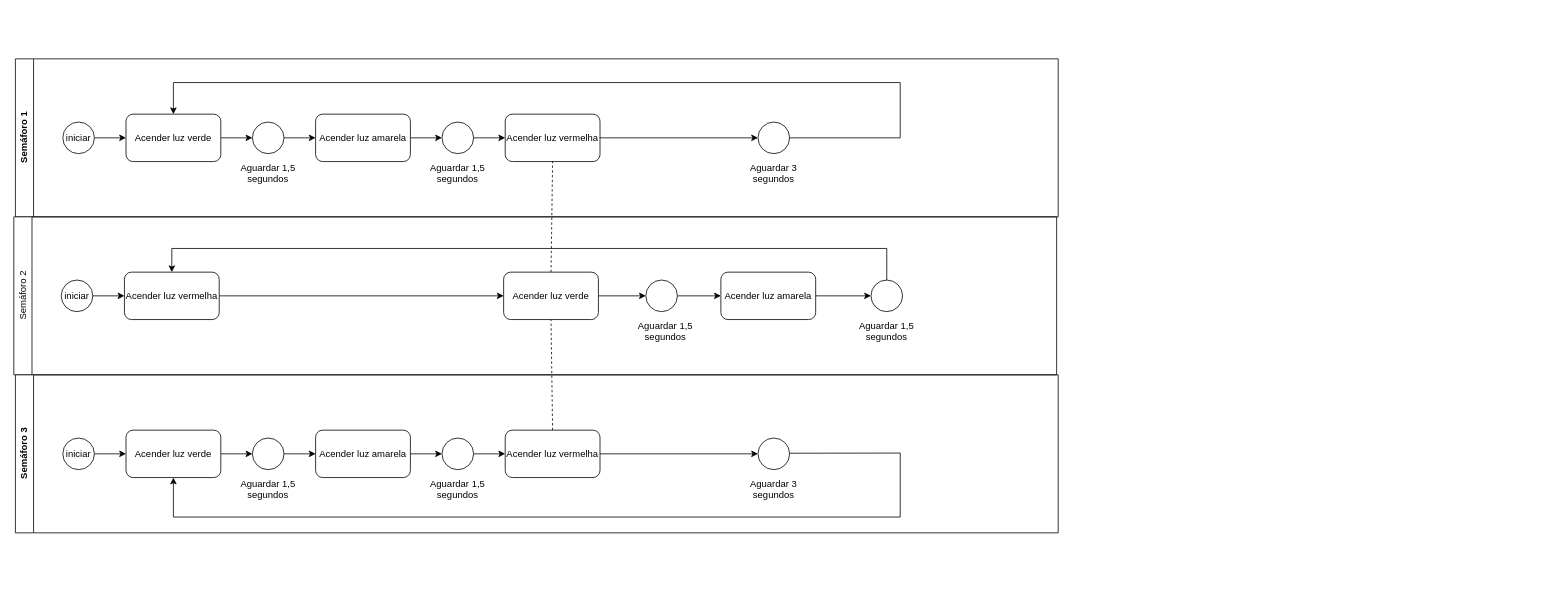
Earlier version of the draw.io diagram semaforo.drawio (pauloaug07/HephaestusV). Source tidied: cells renumbered, new cells numbered last; positions are measured from the earlier drawing's top-left corner, leaving out a move shared by most shapes. Both pictures are drawn from the tidied source at 79%, with x=0, y=0 at pixel (13, 58).
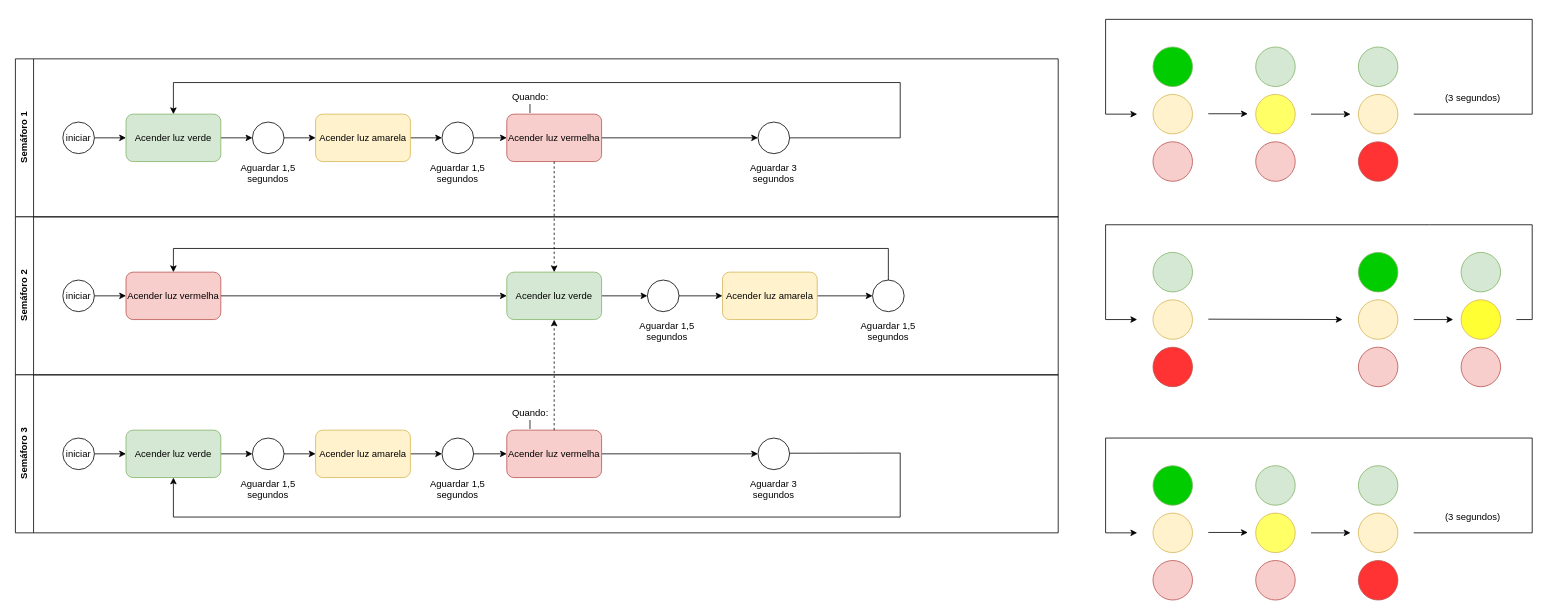
Above is the later version.

The change refers to these unchanged cells:
```xml
<mxCell id="2" value="Semáforo 1" style="swimlane;horizontal=0;whiteSpace=wrap;html=1;" parent="1" vertex="1">
  <mxGeometry x="2" width="1320" height="200" as="geometry" />
</mxCell>
<mxCell id="37" value="Semáforo 3" style="swimlane;horizontal=0;whiteSpace=wrap;html=1;" parent="1" vertex="1">
  <mxGeometry x="2" y="400" width="1320" height="200" as="geometry" />
</mxCell>
```

The edit, as a diff of the source:
```diff
@@
-    <mxCell id="6" value="Acender luz verde" style="rounded=1;whiteSpace=wrap;html=1;" parent="2" vertex="1">
+    <mxCell id="6" value="Acender luz verde" style="rounded=1;whiteSpace=wrap;html=1;fillColor=#d5e8d4;strokeColor=#82b366;" parent="2" vertex="1">
       <mxGeometry x="140" y="70" width="120" height="60" as="geometry" />
     </mxCell>
@@
-    <mxCell id="11" value="Acender luz amarela" style="rounded=1;whiteSpace=wrap;html=1;" parent="2" vertex="1">
+    <mxCell id="11" value="Acender luz amarela" style="rounded=1;whiteSpace=wrap;html=1;fillColor=#fff2cc;strokeColor=#d6b656;" parent="2" vertex="1">
       <mxGeometry x="380" y="70" width="120" height="60" as="geometry" />
     </mxCell>
@@
-    <mxCell id="16" value="Acender luz vermelha" style="rounded=1;whiteSpace=wrap;html=1;" parent="2" vertex="1">
-      <mxGeometry x="620" y="70" width="120" height="60" as="geometry" />
+    <mxCell id="16" value="Acender luz vermelha" style="rounded=1;whiteSpace=wrap;html=1;fillColor=#f8cecc;strokeColor=#b85450;" parent="2" vertex="1">
+      <mxGeometry x="622" y="70" width="120" height="60" as="geometry" />
     </mxCell>
@@
-    <mxCell id="20" style="endArrow=none;dashed=1;html=1;rounded=0;exitX=0.5;exitY=0;exitDx=0;exitDy=0;" parent="2" edge="1" source="27">
-      <mxGeometry relative="1" as="geometry">
-        <mxPoint x="680" y="130" as="targetPoint" />
-      </mxGeometry>
-    </mxCell>
+    <mxCell id="55" value="Quando:&lt;br&gt;|" style="text;html=1;strokeColor=none;fillColor=none;align=center;verticalAlign=middle;whiteSpace=wrap;rounded=0;" parent="2" vertex="1">
+      <mxGeometry x="622" y="40" width="60" height="30" as="geometry" />
+    </mxCell>
-    <mxCell id="21" value="Semáforo 2" style="swimlane;horizontal=0;whiteSpace=wrap;html=1;fontStyle=0;" parent="1" vertex="1">
-      <mxGeometry y="200" width="1320" height="200" as="geometry" />
+    <mxCell id="21" value="&lt;b&gt;Semáforo 2&lt;/b&gt;" style="swimlane;horizontal=0;whiteSpace=wrap;html=1;fontStyle=0;startSize=23;" parent="1" vertex="1">
+      <mxGeometry x="2" y="200" width="1320" height="200" as="geometry" />
     </mxCell>
@@
-    <mxCell id="24" value="Acender luz vermelha" style="rounded=1;whiteSpace=wrap;html=1;" parent="21" vertex="1">
+    <mxCell id="24" value="Acender luz vermelha" style="rounded=1;whiteSpace=wrap;html=1;fillColor=#f8cecc;strokeColor=#b85450;" parent="21" vertex="1">
       <mxGeometry x="140" y="70" width="120" height="60" as="geometry" />
     </mxCell>
@@
-    <mxCell id="27" value="Acender luz verde" style="whiteSpace=wrap;html=1;rounded=1;" parent="21" vertex="1">
-      <mxGeometry x="620" y="70" width="120" height="60" as="geometry" />
+    <mxCell id="27" value="Acender luz verde" style="whiteSpace=wrap;html=1;rounded=1;fillColor=#d5e8d4;strokeColor=#82b366;" parent="21" vertex="1">
+      <mxGeometry x="622" y="70" width="120" height="60" as="geometry" />
     </mxCell>
@@
-    <mxCell id="32" value="Acender luz amarela" style="rounded=1;whiteSpace=wrap;html=1;" parent="21" vertex="1">
+    <mxCell id="32" value="Acender luz amarela" style="rounded=1;whiteSpace=wrap;html=1;fillColor=#fff2cc;strokeColor=#d6b656;" parent="21" vertex="1">
       <mxGeometry x="895" y="70" width="120" height="60" as="geometry" />
     </mxCell>
@@
-    <mxCell id="35" style="endArrow=none;dashed=1;html=1;rounded=0;exitX=0.5;exitY=0;exitDx=0;exitDy=0;" parent="21" edge="1" source="51">
-      <mxGeometry relative="1" as="geometry">
-        <mxPoint x="680" y="130" as="targetPoint" />
-      </mxGeometry>
-    </mxCell>
@@
-    <mxCell id="41" value="Acender luz verde" style="rounded=1;whiteSpace=wrap;html=1;" parent="37" vertex="1">
+    <mxCell id="41" value="Acender luz verde" style="rounded=1;whiteSpace=wrap;html=1;fillColor=#d5e8d4;strokeColor=#82b366;" parent="37" vertex="1">
       <mxGeometry x="140" y="70" width="120" height="60" as="geometry" />
     </mxCell>
@@
-    <mxCell id="46" value="Acender luz amarela" style="rounded=1;whiteSpace=wrap;html=1;" parent="37" vertex="1">
+    <mxCell id="46" value="Acender luz amarela" style="rounded=1;whiteSpace=wrap;html=1;fillColor=#fff2cc;strokeColor=#d6b656;" parent="37" vertex="1">
       <mxGeometry x="380" y="70" width="120" height="60" as="geometry" />
     </mxCell>
@@
-    <mxCell id="51" value="Acender luz vermelha" style="rounded=1;whiteSpace=wrap;html=1;" parent="37" vertex="1">
-      <mxGeometry x="620" y="70" width="120" height="60" as="geometry" />
+    <mxCell id="51" value="Acender luz vermelha" style="rounded=1;whiteSpace=wrap;html=1;fillColor=#f8cecc;strokeColor=#b85450;" parent="37" vertex="1">
+      <mxGeometry x="622" y="70" width="120" height="60" as="geometry" />
     </mxCell>
@@
+    <mxCell id="56" value="Quando:&lt;br&gt;|" style="text;html=1;strokeColor=none;fillColor=none;align=center;verticalAlign=middle;whiteSpace=wrap;rounded=0;" parent="37" vertex="1">
+      <mxGeometry x="622" y="40" width="60" height="30" as="geometry" />
+    </mxCell>
+    <mxCell id="35" style="endArrow=classic;dashed=1;html=1;rounded=0;exitX=0.5;exitY=0;exitDx=0;exitDy=0;entryX=0.5;entryY=1;entryDx=0;entryDy=0;" parent="1" edge="1" source="51" target="27">
+      <mxGeometry relative="1" as="geometry" />
+    </mxCell>
+    <mxCell id="20" style="endArrow=classic;dashed=1;html=1;rounded=0;exitX=0.5;exitY=1;exitDx=0;exitDy=0;entryX=0.5;entryY=0;entryDx=0;entryDy=0;" parent="1" edge="1" source="16" target="27">
+      <mxGeometry relative="1" as="geometry" />
+    </mxCell>
+    <mxCell id="57" style="ellipse;whiteSpace=wrap;html=1;fillColor=#00CC00;strokeColor=#82b366;" parent="1" vertex="1">
+      <mxGeometry x="1442" y="-15" width="50" height="50" as="geometry" />
+    </mxCell>
+    <mxCell id="58" style="ellipse;whiteSpace=wrap;html=1;fillColor=#fff2cc;strokeColor=#d6b656;" parent="1" vertex="1">
+      <mxGeometry x="1442" y="45" width="50" height="50" as="geometry" />
+    </mxCell>
+    <mxCell id="59" style="ellipse;whiteSpace=wrap;html=1;fillColor=#f8cecc;strokeColor=#b85450;" parent="1" vertex="1">
+      <mxGeometry x="1442" y="105" width="50" height="50" as="geometry" />
+    </mxCell>
+    <mxCell id="60" style="ellipse;whiteSpace=wrap;html=1;fillColor=#d5e8d4;strokeColor=#82b366;" parent="1" vertex="1">
+      <mxGeometry x="1572" y="-15" width="50" height="50" as="geometry" />
+    </mxCell>
+    <mxCell id="61" style="ellipse;whiteSpace=wrap;html=1;fillColor=#FFFF66;strokeColor=#d6b656;" parent="1" vertex="1">
+      <mxGeometry x="1572" y="45" width="50" height="50" as="geometry" />
+    </mxCell>
+    <mxCell id="62" style="ellipse;whiteSpace=wrap;html=1;fillColor=#f8cecc;strokeColor=#b85450;" parent="1" vertex="1">
+      <mxGeometry x="1572" y="105" width="50" height="50" as="geometry" />
+    </mxCell>
+    <mxCell id="63" style="ellipse;whiteSpace=wrap;html=1;fillColor=#d5e8d4;strokeColor=#82b366;" parent="1" vertex="1">
+      <mxGeometry x="1702" y="-15" width="50" height="50" as="geometry" />
+    </mxCell>
+    <mxCell id="64" style="ellipse;whiteSpace=wrap;html=1;fillColor=#fff2cc;strokeColor=#d6b656;" parent="1" vertex="1">
+      <mxGeometry x="1702" y="45" width="50" height="50" as="geometry" />
+    </mxCell>
+    <mxCell id="65" style="ellipse;whiteSpace=wrap;html=1;fillColor=#FF3333;strokeColor=#b85450;" parent="1" vertex="1">
+      <mxGeometry x="1702" y="105" width="50" height="50" as="geometry" />
+    </mxCell>
+    <mxCell id="66" style="endArrow=classic;html=1;rounded=0;" parent="1" edge="1">
+      <mxGeometry relative="1" as="geometry">
+        <mxPoint x="1512" y="69.5" as="sourcePoint" />
+        <mxPoint x="1562" y="69.5" as="targetPoint" />
+      </mxGeometry>
+    </mxCell>
+    <mxCell id="67" style="endArrow=classic;html=1;rounded=0;" parent="1" edge="1">
+      <mxGeometry relative="1" as="geometry">
+        <mxPoint x="1642" y="70" as="sourcePoint" />
+        <mxPoint x="1692" y="70" as="targetPoint" />
+      </mxGeometry>
+    </mxCell>
+    <mxCell id="68" style="endArrow=classic;html=1;rounded=0;" parent="1" edge="1">
+      <mxGeometry relative="1" as="geometry">
+        <mxPoint x="1772" y="70" as="sourcePoint" />
+        <mxPoint x="1422" y="70" as="targetPoint" />
+        <Array as="points">
+          <mxPoint x="1922" y="70" />
+          <mxPoint x="1922" y="-50" />
+          <mxPoint x="1382" y="-50" />
+          <mxPoint x="1382" y="70" />
+        </Array>
+      </mxGeometry>
+    </mxCell>
+    <mxCell id="69" style="ellipse;whiteSpace=wrap;html=1;fillColor=#00CC00;strokeColor=#82b366;" parent="1" vertex="1">
+      <mxGeometry x="1442" y="515" width="50" height="50" as="geometry" />
+    </mxCell>
+    <mxCell id="70" style="ellipse;whiteSpace=wrap;html=1;fillColor=#fff2cc;strokeColor=#d6b656;" parent="1" vertex="1">
+      <mxGeometry x="1442" y="575" width="50" height="50" as="geometry" />
+    </mxCell>
+    <mxCell id="71" style="ellipse;whiteSpace=wrap;html=1;fillColor=#f8cecc;strokeColor=#b85450;" parent="1" vertex="1">
+      <mxGeometry x="1442" y="635" width="50" height="50" as="geometry" />
+    </mxCell>
+    <mxCell id="72" style="ellipse;whiteSpace=wrap;html=1;fillColor=#d5e8d4;strokeColor=#82b366;" parent="1" vertex="1">
+      <mxGeometry x="1572" y="515" width="50" height="50" as="geometry" />
+    </mxCell>
+    <mxCell id="73" style="ellipse;whiteSpace=wrap;html=1;fillColor=#FFFF66;strokeColor=#d6b656;" parent="1" vertex="1">
+      <mxGeometry x="1572" y="575" width="50" height="50" as="geometry" />
+    </mxCell>
+    <mxCell id="74" style="ellipse;whiteSpace=wrap;html=1;fillColor=#f8cecc;strokeColor=#b85450;" parent="1" vertex="1">
+      <mxGeometry x="1572" y="635" width="50" height="50" as="geometry" />
+    </mxCell>
+    <mxCell id="75" style="ellipse;whiteSpace=wrap;html=1;fillColor=#d5e8d4;strokeColor=#82b366;" parent="1" vertex="1">
+      <mxGeometry x="1702" y="515" width="50" height="50" as="geometry" />
+    </mxCell>
+    <mxCell id="76" style="ellipse;whiteSpace=wrap;html=1;fillColor=#fff2cc;strokeColor=#d6b656;" parent="1" vertex="1">
+      <mxGeometry x="1702" y="575" width="50" height="50" as="geometry" />
+    </mxCell>
+    <mxCell id="77" style="ellipse;whiteSpace=wrap;html=1;fillColor=#FF3333;strokeColor=#b85450;" parent="1" vertex="1">
+      <mxGeometry x="1702" y="635" width="50" height="50" as="geometry" />
+    </mxCell>
+    <mxCell id="78" style="endArrow=classic;html=1;rounded=0;" parent="1" edge="1">
+      <mxGeometry relative="1" as="geometry">
+        <mxPoint x="1512" y="599.5" as="sourcePoint" />
+        <mxPoint x="1562" y="599.5" as="targetPoint" />
+      </mxGeometry>
+    </mxCell>
+    <mxCell id="79" style="endArrow=classic;html=1;rounded=0;" parent="1" edge="1">
+      <mxGeometry relative="1" as="geometry">
+        <mxPoint x="1642" y="600" as="sourcePoint" />
+        <mxPoint x="1692" y="600" as="targetPoint" />
+      </mxGeometry>
+    </mxCell>
+    <mxCell id="80" style="endArrow=classic;html=1;rounded=0;" parent="1" edge="1">
+      <mxGeometry relative="1" as="geometry">
+        <mxPoint x="1772" y="600" as="sourcePoint" />
+        <mxPoint x="1422" y="600" as="targetPoint" />
+        <Array as="points">
+          <mxPoint x="1922" y="600" />
+          <mxPoint x="1922" y="480" />
+          <mxPoint x="1382" y="480" />
+          <mxPoint x="1382" y="600" />
+        </Array>
+      </mxGeometry>
+    </mxCell>
+    <mxCell id="81" style="ellipse;whiteSpace=wrap;html=1;fillColor=#d5e8d4;strokeColor=#82b366;" parent="1" vertex="1">
+      <mxGeometry x="1442" y="245" width="50" height="50" as="geometry" />
+    </mxCell>
+    <mxCell id="82" style="ellipse;whiteSpace=wrap;html=1;fillColor=#fff2cc;strokeColor=#d6b656;" parent="1" vertex="1">
+      <mxGeometry x="1442" y="305" width="50" height="50" as="geometry" />
+    </mxCell>
+    <mxCell id="83" style="ellipse;whiteSpace=wrap;html=1;fillColor=#FF3333;strokeColor=#b85450;" parent="1" vertex="1">
+      <mxGeometry x="1442" y="365" width="50" height="50" as="geometry" />
+    </mxCell>
+    <mxCell id="84" style="ellipse;whiteSpace=wrap;html=1;fillColor=#00cc00;strokeColor=#82b366;" parent="1" vertex="1">
+      <mxGeometry x="1702" y="245" width="50" height="50" as="geometry" />
+    </mxCell>
+    <mxCell id="85" style="ellipse;whiteSpace=wrap;html=1;fillColor=#fff2cc;strokeColor=#d6b656;" parent="1" vertex="1">
+      <mxGeometry x="1702" y="305" width="50" height="50" as="geometry" />
+    </mxCell>
+    <mxCell id="86" style="ellipse;whiteSpace=wrap;html=1;fillColor=#f8cecc;strokeColor=#b85450;" parent="1" vertex="1">
+      <mxGeometry x="1702" y="365" width="50" height="50" as="geometry" />
+    </mxCell>
+    <mxCell id="87" style="ellipse;whiteSpace=wrap;html=1;fillColor=#d5e8d4;strokeColor=#82b366;" parent="1" vertex="1">
+      <mxGeometry x="1832" y="245" width="50" height="50" as="geometry" />
+    </mxCell>
+    <mxCell id="88" style="ellipse;whiteSpace=wrap;html=1;fillColor=#FFFF33;strokeColor=#d6b656;" parent="1" vertex="1">
+      <mxGeometry x="1832" y="305" width="50" height="50" as="geometry" />
+    </mxCell>
+    <mxCell id="89" style="ellipse;whiteSpace=wrap;html=1;fillColor=#f8cecc;strokeColor=#b85450;" parent="1" vertex="1">
+      <mxGeometry x="1832" y="365" width="50" height="50" as="geometry" />
+    </mxCell>
+    <mxCell id="90" style="endArrow=classic;html=1;rounded=0;" parent="1" edge="1">
+      <mxGeometry relative="1" as="geometry">
+        <mxPoint x="1512" y="329.5" as="sourcePoint" />
+        <mxPoint x="1682" y="330" as="targetPoint" />
+      </mxGeometry>
+    </mxCell>
+    <mxCell id="91" style="endArrow=classic;html=1;rounded=0;" parent="1" edge="1">
+      <mxGeometry relative="1" as="geometry">
+        <mxPoint x="1772" y="330" as="sourcePoint" />
+        <mxPoint x="1822" y="330" as="targetPoint" />
+      </mxGeometry>
+    </mxCell>
+    <mxCell id="92" style="endArrow=classic;html=1;rounded=0;" parent="1" edge="1">
+      <mxGeometry relative="1" as="geometry">
+        <mxPoint x="1902" y="330" as="sourcePoint" />
+        <mxPoint x="1422" y="330" as="targetPoint" />
+        <Array as="points">
+          <mxPoint x="1922" y="330" />
+          <mxPoint x="1922" y="210" />
+          <mxPoint x="1792" y="210" />
+          <mxPoint x="1382" y="210" />
+          <mxPoint x="1382" y="330" />
+        </Array>
+      </mxGeometry>
+    </mxCell>
+    <mxCell id="93" value="(3 segundos)" style="text;html=1;strokeColor=none;fillColor=none;align=center;verticalAlign=middle;whiteSpace=wrap;rounded=0;" parent="1" vertex="1">
+      <mxGeometry x="1802" y="565" width="90" height="30" as="geometry" />
+    </mxCell>
+    <mxCell id="94" value="(3 segundos)" style="text;html=1;strokeColor=none;fillColor=none;align=center;verticalAlign=middle;whiteSpace=wrap;rounded=0;" parent="1" vertex="1">
+      <mxGeometry x="1802" y="35" width="90" height="30" as="geometry" />
+    </mxCell>
```
